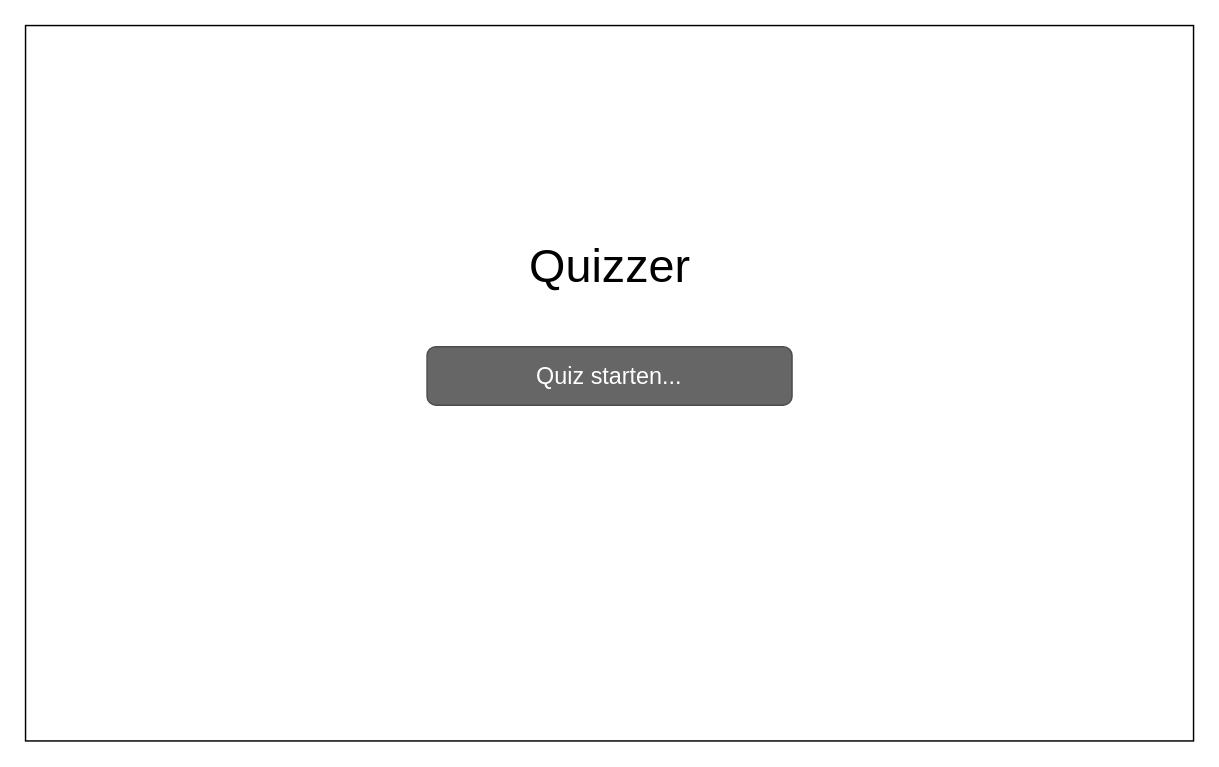
Before: page "Master (start)" (1 of 13) of wireframes.drawio in Patrickroelofs/HANICA-DWA-Quizzer, a draw.io diagram. Source tidied: cells renumbered, new cells numbered last; positions are measured from the earlier drawing's top-left corner, leaving out a move shared by most shapes. Both pictures are drawn from the tidied source at 146%, with x=0, y=0 at pixel (25, 25).
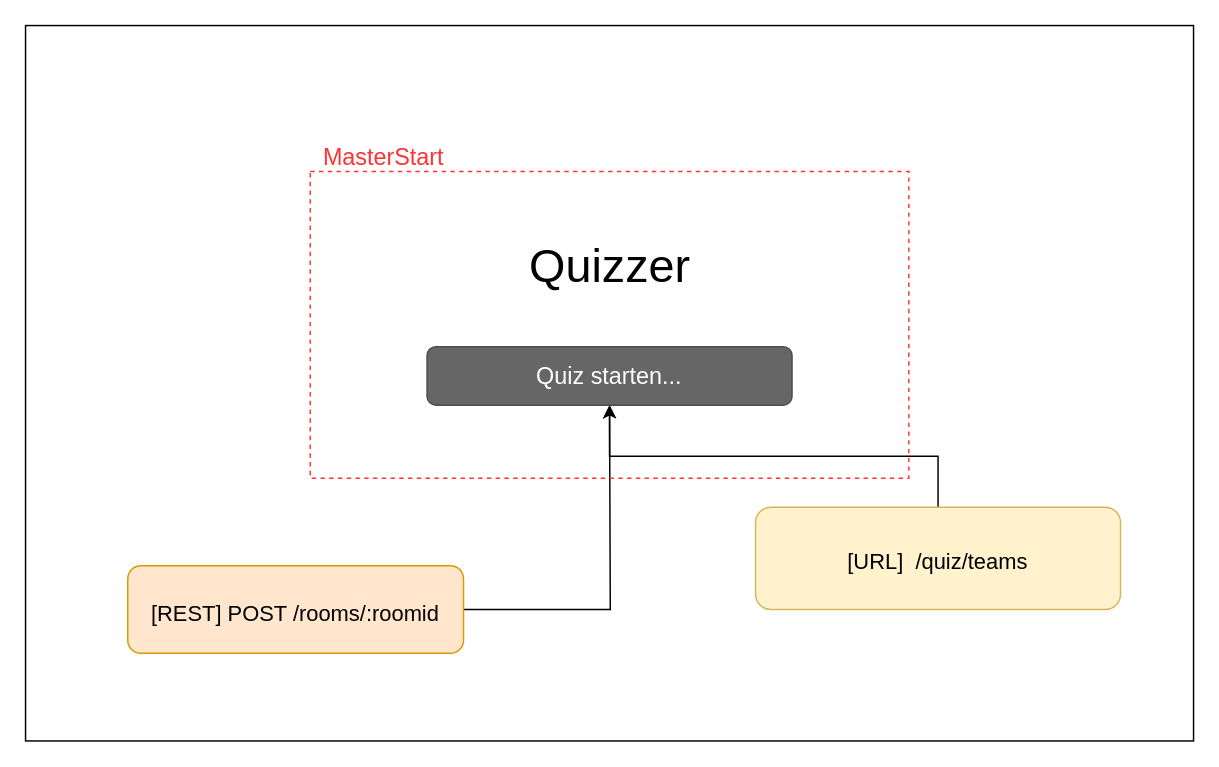
After the change.

Diff of the diagram source:
```diff
@@
 <mxGraphModel>
   <root>
     <mxCell id="0" />
     <mxCell id="1" parent="0" />
     <mxCell id="2" style="rounded=0;whiteSpace=wrap;html=1;strokeColor=#000000;fillColor=#ffffff;fontSize=20;" parent="1" vertex="1">
       <mxGeometry width="800" height="490" as="geometry" />
     </mxCell>
     <mxCell id="3" value="&lt;font style=&quot;font-size: 32px&quot;&gt;Quizzer&lt;/font&gt;" style="text;html=1;align=center;verticalAlign=middle;fillColor=none;strokeColor=none;rounded=0;fontSize=20;" parent="1" vertex="1">
       <mxGeometry x="335" y="150" width="130" height="30" as="geometry" />
     </mxCell>
     <mxCell id="4" value="&lt;font style=&quot;font-size: 16px&quot;&gt;Quiz starten...&lt;/font&gt;" style="rounded=1;html=1;shadow=0;dashed=0;whiteSpace=wrap;fontSize=10;fillColor=#666666;align=center;strokeColor=#4D4D4D;fontColor=#ffffff;" parent="1" vertex="1">
       <mxGeometry x="275" y="220" width="250" height="40" as="geometry" />
     </mxCell>
+    <mxCell id="5" style="edgeStyle=orthogonalEdgeStyle;rounded=0;jettySize=auto;html=1;entryX=0.5;entryY=1;entryDx=0;entryDy=0;fontSize=21;" parent="1" edge="1" source="6" target="4">
+      <mxGeometry relative="1" as="geometry" />
+    </mxCell>
+    <mxCell id="6" value="&lt;font style=&quot;font-size: 15px&quot;&gt;[URL]&amp;nbsp; /quiz/teams&lt;/font&gt;" style="rounded=1;whiteSpace=wrap;html=1;labelBackgroundColor=none;strokeColor=#d6b656;fillColor=#fff2cc;fontSize=21;" parent="1" vertex="1">
+      <mxGeometry x="500" y="330" width="250" height="70" as="geometry" />
+    </mxCell>
+    <mxCell id="7" style="edgeStyle=orthogonalEdgeStyle;rounded=0;jettySize=auto;html=1;fontSize=21;" parent="1" edge="1" source="8">
+      <mxGeometry relative="1" as="geometry">
+        <mxPoint x="400" y="260" as="targetPoint" />
+      </mxGeometry>
+    </mxCell>
+    <mxCell id="8" value="&lt;font style=&quot;font-size: 15px&quot;&gt;[REST] POST /rooms/:roomid&lt;/font&gt;" style="rounded=1;whiteSpace=wrap;html=1;labelBackgroundColor=none;strokeColor=#d79b00;fillColor=#ffe6cc;fontSize=21;" parent="1" vertex="1">
+      <mxGeometry x="70" y="370" width="230" height="60" as="geometry" />
+    </mxCell>
+    <mxCell id="9" style="rounded=0;whiteSpace=wrap;html=1;labelBackgroundColor=none;fontSize=21;fillColor=none;dashed=1;strokeColor=#FF3333;" parent="1" vertex="1">
+      <mxGeometry x="195" y="100" width="410" height="210" as="geometry" />
+    </mxCell>
+    <mxCell id="10" value="MasterStart" style="text;html=1;align=center;verticalAlign=middle;fillColor=none;strokeColor=none;rounded=0;dashed=1;labelBackgroundColor=none;fontSize=16;fontColor=#FF3333;" parent="1" vertex="1">
+      <mxGeometry x="195" y="80" width="100" height="20" as="geometry" />
+    </mxCell>
   </root>
 </mxGraphModel>
```
